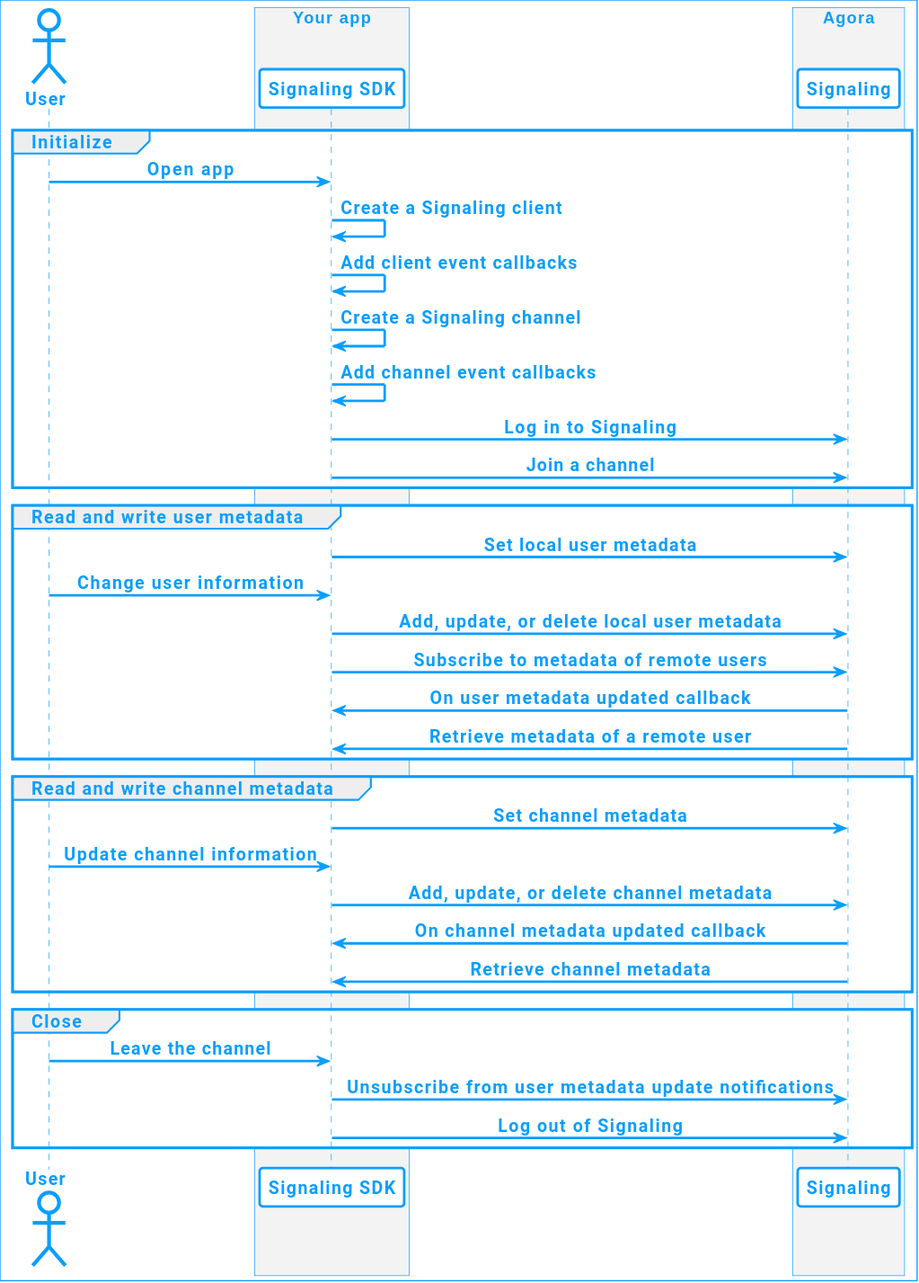
Before: assets/images/signaling/signaling-metadata-workflow.svg, a diagram exported from PlantUML (AgoraIO/Docs-Source). Source of this version:
```plantuml
@startuml
!include ../video-sdk/agora_skin.iuml

actor "User" as USR

box "Your app"
participant "Signaling SDK" as APP
end box

box "Agora"
participant "Signaling" as API
end box

group Initialize
USR -> APP: Open app
APP -> APP: Create a Signaling client
APP -> APP: Add client event callbacks
APP -> APP: Create a Signaling channel
APP -> APP: Add channel event callbacks
APP -> API: Log in to Signaling
APP -> API: Join a channel
end

group Read and write user metadata
APP -> API: Set local user metadata
USR -> APP: Change user information
APP -> API: Add, update, or delete local user metadata
APP -> API: Subscribe to metadata of remote users
APP <- API: On user metadata updated callback
APP <- API: Retrieve metadata of a remote user
end

group Read and write channel metadata
APP -> API: Set channel metadata
USR -> APP: Update channel information
APP -> API: Add, update, or delete channel metadata
APP <- API: On channel metadata updated callback
APP <- API: Retrieve channel metadata
end

group Close
USR -> APP: Leave the channel
APP -> API: Unsubscribe from user metadata update notifications
APP -> API: Log out of Signaling
end
@enduml
```
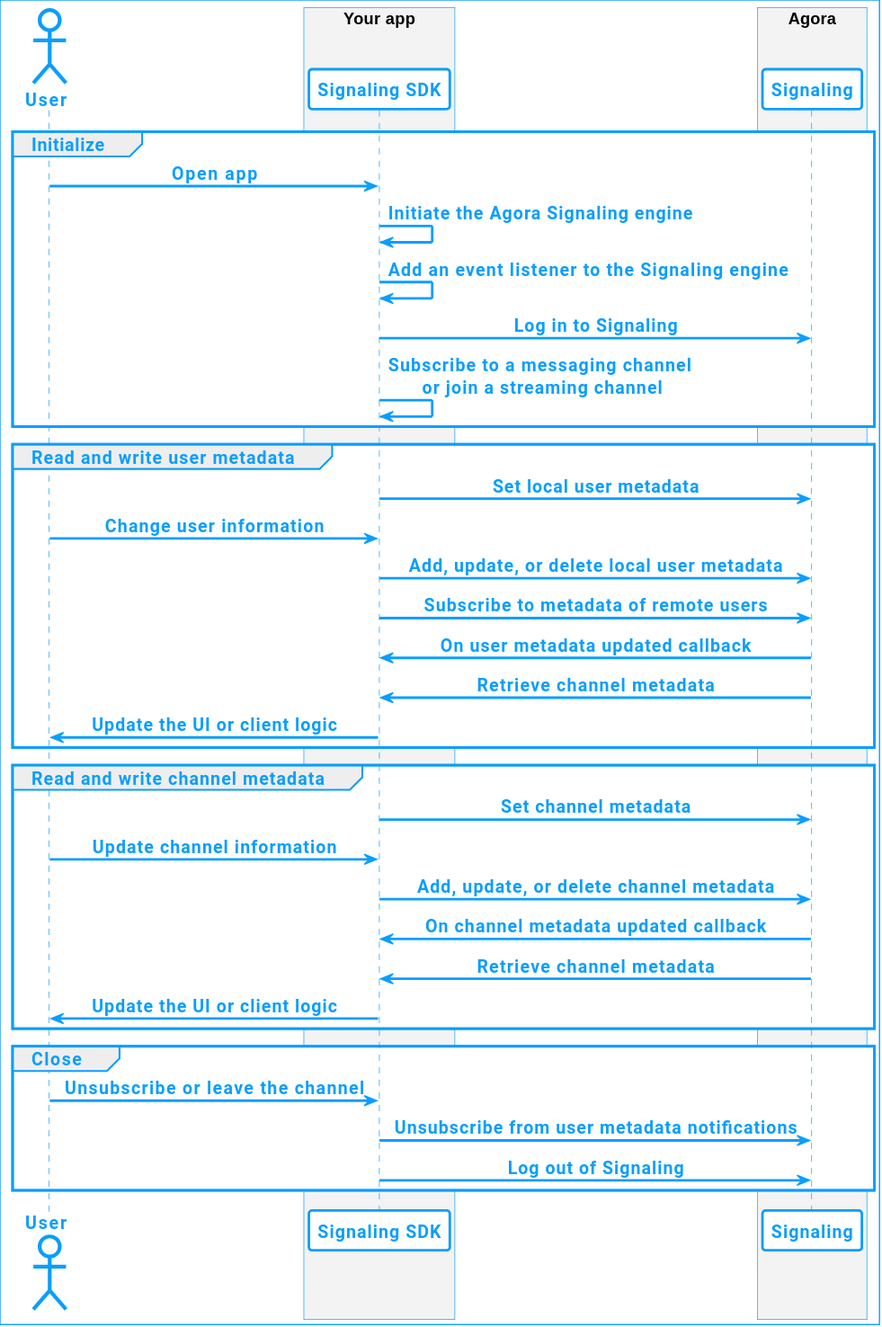
The same diagram one commit later.

What changed in the source:
```diff
@@ -1,5 +1,5 @@
 @startuml
-!include ../video-sdk/agora_skin.iuml
+!include agora_skin.iuml
 
 actor "User" as USR
 
@@ -13,12 +13,10 @@
 
 group Initialize
 USR -> APP: Open app
-APP -> APP: Create a Signaling client
-APP -> APP: Add client event callbacks
-APP -> APP: Create a Signaling channel
-APP -> APP: Add channel event callbacks
+APP -> APP: Initiate the Agora Signaling engine
+APP -> APP: Add an event listener to the Signaling engine
 APP -> API: Log in to Signaling
-APP -> API: Join a channel
+APP -> APP: Subscribe to a messaging channel\n or join a streaming channel
 end
 
 group Read and write user metadata
@@ -27,7 +25,8 @@
 APP -> API: Add, update, or delete local user metadata
 APP -> API: Subscribe to metadata of remote users
 APP <- API: On user metadata updated callback
-APP <- API: Retrieve metadata of a remote user
+APP <- API: Retrieve channel metadata
+USR <- APP: Update the UI or client logic
 end
 
 group Read and write channel metadata
@@ -36,11 +35,12 @@
 APP -> API: Add, update, or delete channel metadata
 APP <- API: On channel metadata updated callback
 APP <- API: Retrieve channel metadata
+USR <- APP: Update the UI or client logic
 end
 
 group Close
-USR -> APP: Leave the channel
-APP -> API: Unsubscribe from user metadata update notifications
+USR -> APP: Unsubscribe or leave the channel
+APP -> API: Unsubscribe from user metadata notifications
 APP -> API: Log out of Signaling
 end
 @enduml
```
